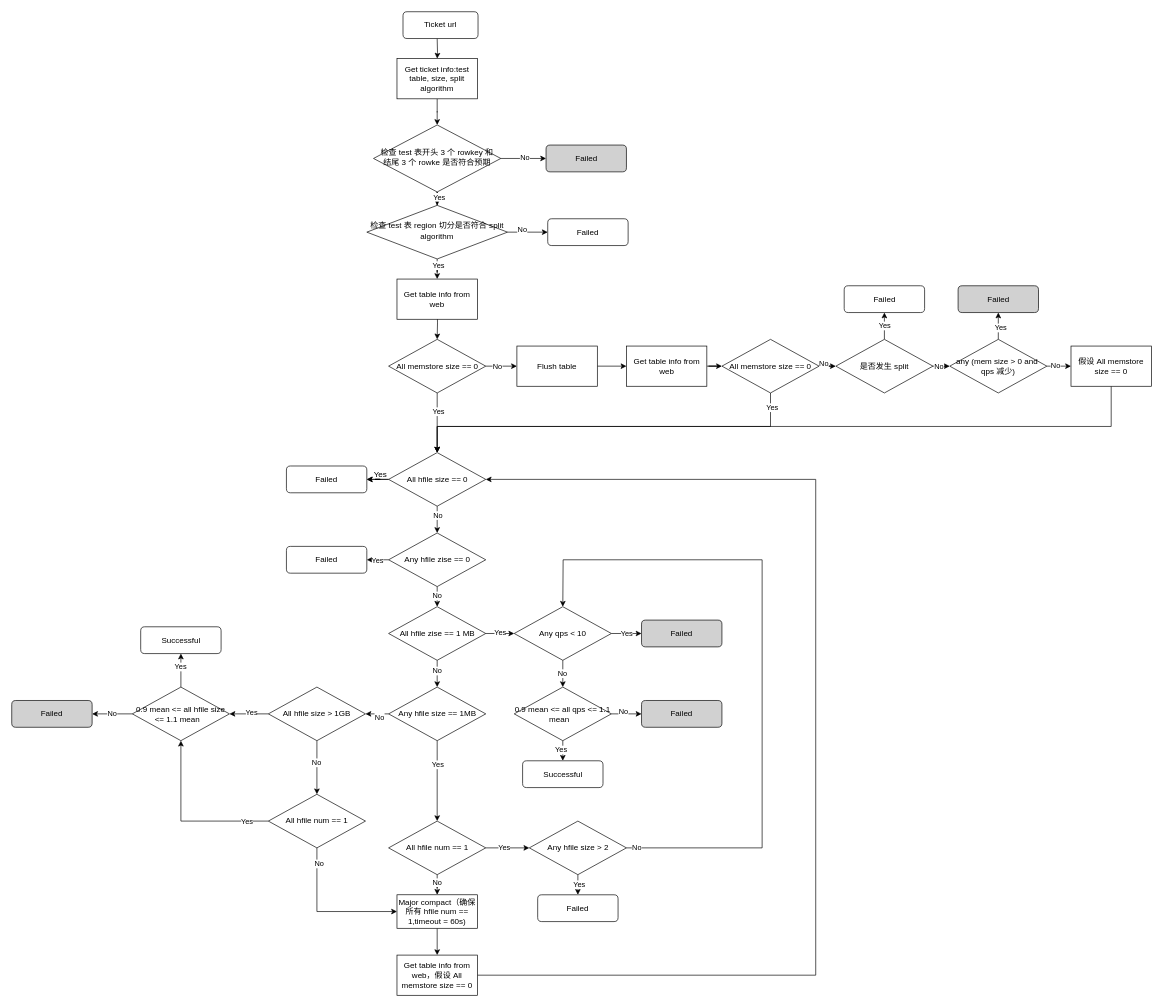
The draw.io diagram Untitled Diagram.drawio in pretendhigh/diagrams, before the edit. Source tidied: cells renumbered, new cells numbered last; positions are measured from the earlier drawing's top-left corner, leaving out a move shared by most shapes. Both pictures are drawn from the tidied source at 67%, with x=0, y=0 at pixel (11, 11).
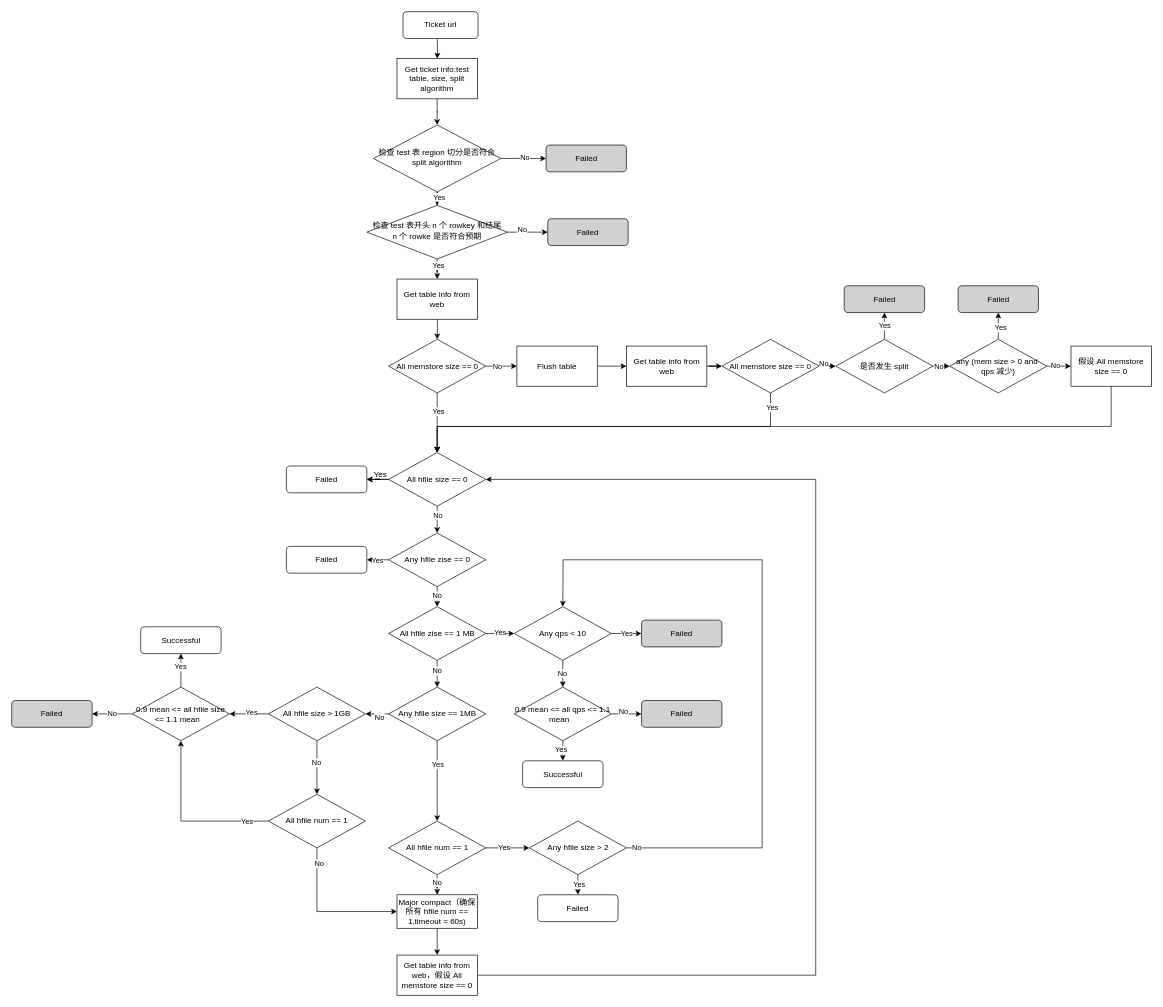
Above is the later version.

Diff of the diagram source:
```diff
@@
-    <mxCell id="8" value="检查 test 表开头 3 个 rowkey 和结尾 3 个 rowke 是否符合预期" style="rhombus;whiteSpace=wrap;html=1;shadow=0;fontFamily=Helvetica;fontSize=12;align=center;strokeWidth=1;spacing=6;spacingTop=-4;" parent="1" vertex="1">
+    <mxCell id="8" value="检查 test 表 region 切分是否符合 split algorithm" style="rhombus;whiteSpace=wrap;html=1;shadow=0;fontFamily=Helvetica;fontSize=12;align=center;strokeWidth=1;spacing=6;spacingTop=-4;" parent="1" vertex="1">
       <mxGeometry x="540" y="169" width="190" height="100" as="geometry" />
     </mxCell>
@@
-    <mxCell id="14" value="检查 test 表 region 切分是否符合 split algorithm" style="rhombus;whiteSpace=wrap;html=1;shadow=0;fontFamily=Helvetica;fontSize=12;align=center;strokeWidth=1;spacing=6;spacingTop=-4;" parent="1" vertex="1">
+    <mxCell id="14" value="检查 test 表开头 n 个 rowkey 和结尾 n 个 rowke 是否符合预期" style="rhombus;whiteSpace=wrap;html=1;shadow=0;fontFamily=Helvetica;fontSize=12;align=center;strokeWidth=1;spacing=6;spacingTop=-4;" parent="1" vertex="1">
       <mxGeometry x="530" y="289" width="210" height="80" as="geometry" />
     </mxCell>
@@
-    <mxCell id="16" value="Failed" style="rounded=1;whiteSpace=wrap;html=1;fontSize=12;glass=0;strokeWidth=1;shadow=0;" parent="1" vertex="1">
+    <mxCell id="16" value="Failed" style="rounded=1;whiteSpace=wrap;html=1;fontSize=12;glass=0;strokeWidth=1;shadow=0;fillColor=#D1D1D1;" parent="1" vertex="1">
       <mxGeometry x="800" y="309" width="120" height="40" as="geometry" />
     </mxCell>
@@
-    <mxCell id="107" value="Failed" style="rounded=1;whiteSpace=wrap;html=1;fontSize=12;glass=0;strokeWidth=1;shadow=0;" parent="1" vertex="1">
+    <mxCell id="107" value="Failed" style="rounded=1;whiteSpace=wrap;html=1;fontSize=12;glass=0;strokeWidth=1;shadow=0;fillColor=#D1D1D1;" parent="1" vertex="1">
       <mxGeometry x="1242.5" y="409" width="120" height="40" as="geometry" />
     </mxCell>
```
